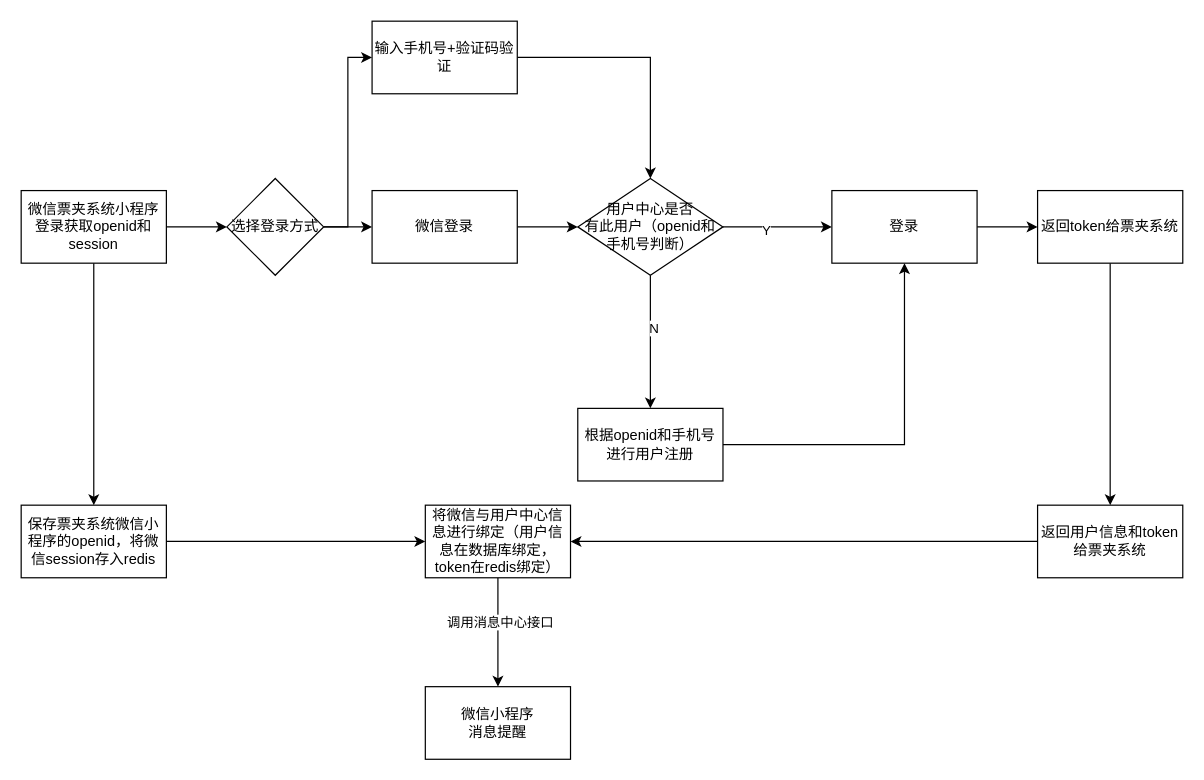
This is 未命名绘图.drawio from leafimmortal/my-drawio, a draw.io file, before an edit. Source tidied: cells renumbered, new cells numbered last; positions are measured from the earlier drawing's top-left corner, leaving out a move shared by most shapes. Both pictures are drawn from the tidied source at 121%, with x=0, y=0 at pixel (21, 21).
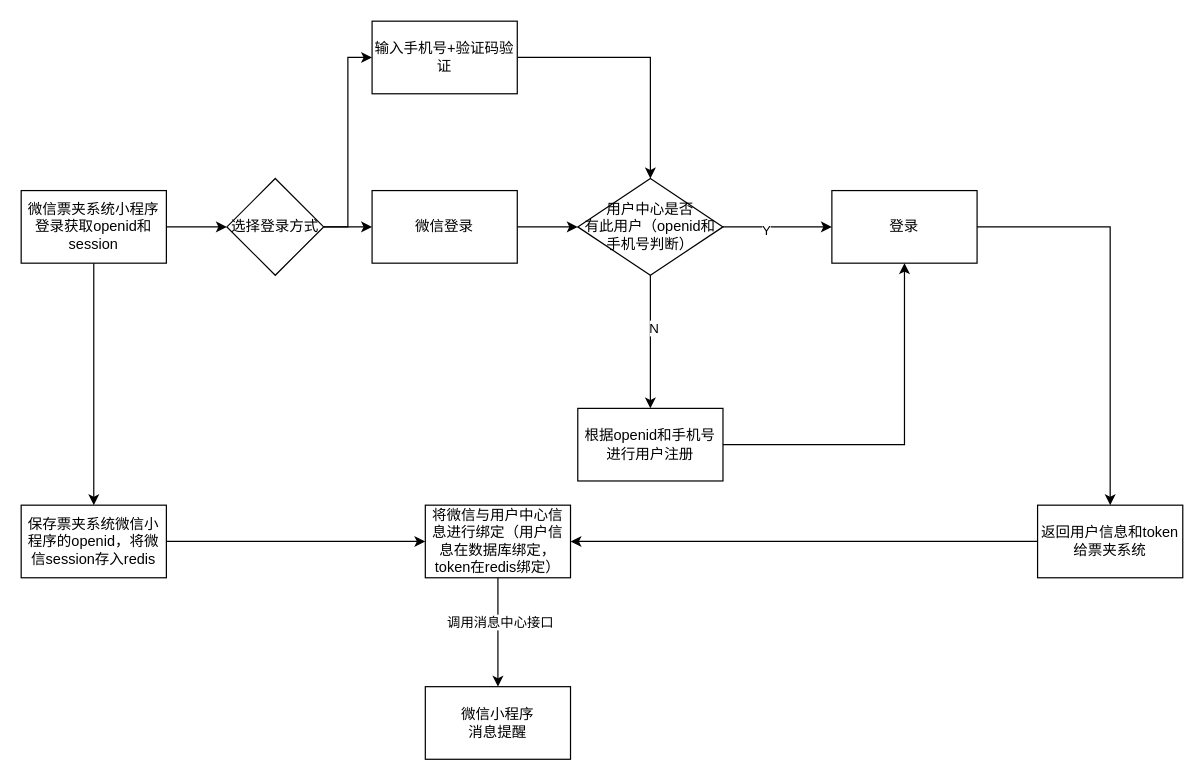
Above is the later version.

Commit message:
票夹系统登录.drawio

Unchanged cells that the change refers to:
```xml
<mxCell id="11" value="登录" style="whiteSpace=wrap;html=1;rounded=0;" parent="1" vertex="1">
  <mxGeometry x="670" y="140" width="120" height="60" as="geometry" />
</mxCell>
<mxCell id="17" value="返回用户信息和token给票夹系统" style="whiteSpace=wrap;html=1;rounded=0;" parent="1" vertex="1">
  <mxGeometry x="840" y="400" width="120" height="60" as="geometry" />
</mxCell>
```

The edit, as a diff of the source:
```diff
@@
-    <mxCell id="10" style="edgeStyle=orthogonalEdgeStyle;rounded=0;jettySize=auto;html=1;" parent="1" edge="1" source="11" target="13">
-      <mxGeometry relative="1" as="geometry" />
-    </mxCell>
+    <mxCell id="31" style="edgeStyle=orthogonalEdgeStyle;rounded=0;jettySize=auto;html=1;entryX=0.5;entryY=0;entryDx=0;entryDy=0;" parent="1" edge="1" source="11" target="17">
+      <mxGeometry relative="1" as="geometry" />
+    </mxCell>
@@
-    <mxCell id="12" style="edgeStyle=orthogonalEdgeStyle;rounded=0;jettySize=auto;html=1;" parent="1" edge="1" source="13" target="17">
-      <mxGeometry relative="1" as="geometry" />
-    </mxCell>
-    <mxCell id="13" value="返回token给票夹系统" style="whiteSpace=wrap;html=1;rounded=0;" parent="1" vertex="1">
-      <mxGeometry x="840" y="140" width="120" height="60" as="geometry" />
-    </mxCell>
```
